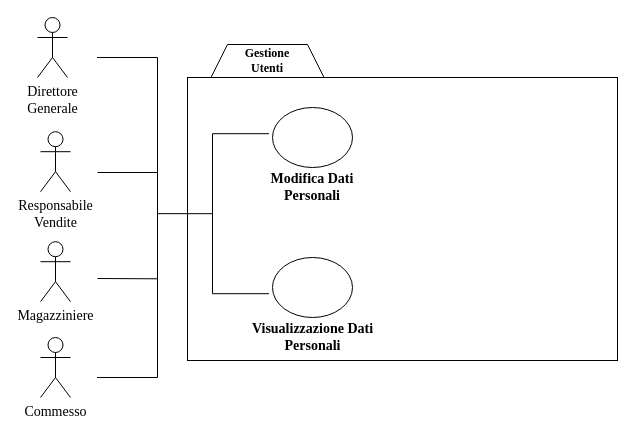
Before: bozze/NuovoDiagrammaALPHA.drawio in Carmineh/IT-Manager, a draw.io diagram. Source tidied: cells renumbered, new cells numbered last; positions are measured from the earlier drawing's top-left corner, leaving out a move shared by most shapes. Both pictures are drawn from the tidied source at 100%, with x=0, y=0 at pixel (-33, 17).
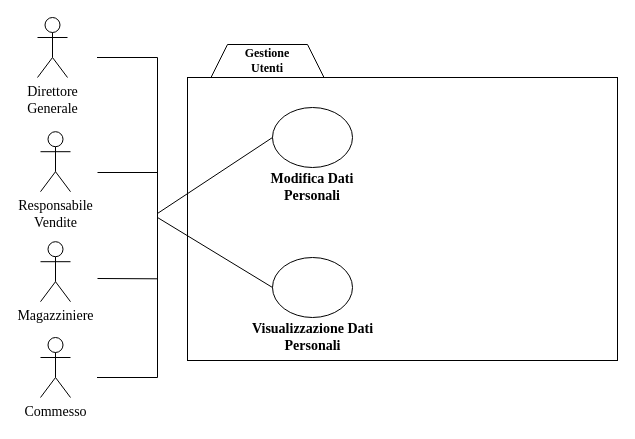
The same page after the edit.

Diff of the diagram source:
```diff
@@
 <mxGraphModel>
   <root>
     <mxCell id="0" />
     <mxCell id="1" parent="0" />
     <mxCell id="2" style="shape=hexagon;perimeter=hexagonPerimeter2;whiteSpace=wrap;html=1;fixedSize=1;" parent="1" vertex="1">
       <mxGeometry x="240" y="27" width="120" height="80" as="geometry" />
     </mxCell>
     <mxCell id="3" value="&lt;div&gt;&lt;font style=&quot;font-size: 14px&quot; face=&quot;Times New Roman&quot;&gt;Direttore&lt;/font&gt;&lt;/div&gt;&lt;div&gt;&lt;font style=&quot;font-size: 14px&quot; face=&quot;Times New Roman&quot;&gt;Generale&lt;br&gt;&lt;/font&gt;&lt;/div&gt;" style="shape=umlActor;verticalLabelPosition=bottom;verticalAlign=top;html=1;" parent="1" vertex="1">
       <mxGeometry x="70" width="30" height="60" as="geometry" />
     </mxCell>
     <mxCell id="4" value="&lt;div&gt;&lt;font style=&quot;font-size: 14px&quot; face=&quot;Times New Roman&quot;&gt;Responsabile&lt;/font&gt;&lt;/div&gt;&lt;div&gt;&lt;font style=&quot;font-size: 14px&quot; face=&quot;Times New Roman&quot;&gt;Vendite&lt;br&gt;&lt;/font&gt;&lt;/div&gt;" style="shape=umlActor;verticalLabelPosition=bottom;verticalAlign=top;html=1;" parent="1" vertex="1">
       <mxGeometry x="73" y="114.2" width="30" height="60" as="geometry" />
     </mxCell>
     <mxCell id="5" value="&lt;font style=&quot;font-size: 14px&quot; face=&quot;Times New Roman&quot;&gt;Magazziniere&lt;/font&gt;" style="shape=umlActor;verticalLabelPosition=bottom;verticalAlign=top;html=1;" parent="1" vertex="1">
       <mxGeometry x="73" y="224.2" width="30" height="60" as="geometry" />
     </mxCell>
     <mxCell id="6" value="&lt;font style=&quot;font-size: 14px&quot; face=&quot;Times New Roman&quot;&gt;Commesso&lt;/font&gt;" style="shape=umlActor;verticalLabelPosition=bottom;verticalAlign=top;html=1;" parent="1" vertex="1">
       <mxGeometry x="73" y="320" width="30" height="60" as="geometry" />
     </mxCell>
     <mxCell id="7" style="rounded=0;whiteSpace=wrap;html=1;" parent="1" vertex="1">
       <mxGeometry x="220" y="60" width="430" height="283" as="geometry" />
     </mxCell>
     <mxCell id="8" value="&lt;div&gt;&lt;br&gt;&lt;/div&gt;&lt;div&gt;&lt;br&gt;&lt;/div&gt;&lt;div&gt;&lt;br&gt;&lt;/div&gt;&lt;div&gt;&lt;br&gt;&lt;/div&gt;&lt;div&gt;&lt;br&gt;&lt;/div&gt;&lt;div&gt;&lt;br&gt;&lt;/div&gt;" style="ellipse;whiteSpace=wrap;html=1;" parent="1" vertex="1">
       <mxGeometry x="305" y="90" width="80" height="60" as="geometry" />
     </mxCell>
     <mxCell id="9" value="&lt;div&gt;&lt;font style=&quot;font-size: 14px&quot; face=&quot;Times New Roman&quot;&gt;&lt;b&gt;Modifica Dati&lt;/b&gt;&lt;/font&gt;&lt;/div&gt;&lt;div&gt;&lt;font style=&quot;font-size: 12px&quot;&gt;&lt;font style=&quot;font-size: 14px&quot; face=&quot;Times New Roman&quot;&gt;&lt;b&gt;Personali&lt;/b&gt;&lt;/font&gt;&lt;br&gt;&lt;/font&gt;&lt;/div&gt;" style="text;html=1;strokeColor=none;fillColor=none;align=center;verticalAlign=middle;whiteSpace=wrap;rounded=0;" parent="1" vertex="1">
       <mxGeometry x="280" y="160" width="130" height="20" as="geometry" />
     </mxCell>
     <mxCell id="10" value="&lt;div&gt;&lt;br&gt;&lt;/div&gt;&lt;div&gt;&lt;br&gt;&lt;/div&gt;&lt;div&gt;&lt;br&gt;&lt;/div&gt;&lt;div&gt;&lt;br&gt;&lt;/div&gt;&lt;div&gt;&lt;br&gt;&lt;/div&gt;&lt;div&gt;&lt;br&gt;&lt;/div&gt;" style="ellipse;whiteSpace=wrap;html=1;" parent="1" vertex="1">
       <mxGeometry x="305" y="240" width="80" height="60" as="geometry" />
     </mxCell>
     <mxCell id="11" value="&lt;div&gt;&lt;font style=&quot;font-size: 14px&quot; face=&quot;Times New Roman&quot;&gt;&lt;b&gt;Visualizzazione Dati&lt;/b&gt;&lt;/font&gt;&lt;/div&gt;&lt;div&gt;&lt;font style=&quot;font-size: 12px&quot; face=&quot;Times New Roman&quot;&gt;&lt;font style=&quot;font-size: 14px&quot;&gt;&lt;b&gt;Personali&lt;/b&gt;&lt;/font&gt;&lt;br&gt;&lt;/font&gt;&lt;/div&gt;" style="text;html=1;strokeColor=none;fillColor=none;align=center;verticalAlign=middle;whiteSpace=wrap;rounded=0;" parent="1" vertex="1">
       <mxGeometry x="272.5" y="310" width="145" height="20" as="geometry" />
     </mxCell>
     <mxCell id="12" style="shape=partialRectangle;whiteSpace=wrap;html=1;bottom=1;right=1;left=1;top=0;fillColor=none;routingCenterX=-0.5;rotation=-90;" parent="1" vertex="1">
       <mxGeometry y="170" width="320" height="60" as="geometry" />
     </mxCell>
     <mxCell id="13" style="endArrow=none;html=1;" parent="1" edge="1">
       <mxGeometry relative="1" as="geometry">
         <mxPoint x="130" y="155" as="sourcePoint" />
         <mxPoint x="190" y="155" as="targetPoint" />
       </mxGeometry>
     </mxCell>
     <mxCell id="14" style="endArrow=none;html=1;" parent="1" edge="1">
       <mxGeometry relative="1" as="geometry">
         <mxPoint x="130" y="261" as="sourcePoint" />
         <mxPoint x="190" y="261.3" as="targetPoint" />
       </mxGeometry>
     </mxCell>
     <mxCell id="15" value="&lt;div align=&quot;center&quot;&gt;&lt;font face=&quot;Times New Roman&quot;&gt;&lt;b&gt;Gestione&lt;/b&gt;&lt;/font&gt;&lt;/div&gt;&lt;div align=&quot;center&quot;&gt;&lt;font face=&quot;Times New Roman&quot;&gt;&lt;b&gt;Utenti&lt;/b&gt;&lt;br&gt;&lt;/font&gt;&lt;/div&gt;" style="text;html=1;strokeColor=none;fillColor=none;align=center;verticalAlign=middle;whiteSpace=wrap;rounded=0;" parent="1" vertex="1">
       <mxGeometry x="280" y="33" width="40" height="20" as="geometry" />
     </mxCell>
-    <mxCell id="16" style="shape=partialRectangle;whiteSpace=wrap;html=1;bottom=1;right=1;left=1;top=0;fillColor=none;routingCenterX=-0.5;rotation=90;" parent="1" vertex="1">
-      <mxGeometry x="193" y="168.2" width="160" height="56" as="geometry" />
-    </mxCell>
-    <mxCell id="17" style="endArrow=none;html=1;entryX=0.5;entryY=1;entryDx=0;entryDy=0;exitX=0.512;exitY=0.995;exitDx=0;exitDy=0;exitPerimeter=0;" parent="1" edge="1" source="12" target="16">
+    <mxCell id="17" style="endArrow=none;html=1;entryX=0;entryY=0.5;entryDx=0;entryDy=0;exitX=0.512;exitY=0.995;exitDx=0;exitDy=0;exitPerimeter=0;" parent="1" edge="1" source="12" target="8">
       <mxGeometry relative="1" as="geometry" />
     </mxCell>
+    <mxCell id="18" style="endArrow=none;html=1;exitX=0.5;exitY=1;exitDx=0;exitDy=0;entryX=0;entryY=0.5;entryDx=0;entryDy=0;" parent="1" edge="1" source="12" target="10">
+      <mxGeometry relative="1" as="geometry" />
+    </mxCell>
   </root>
 </mxGraphModel>
```
